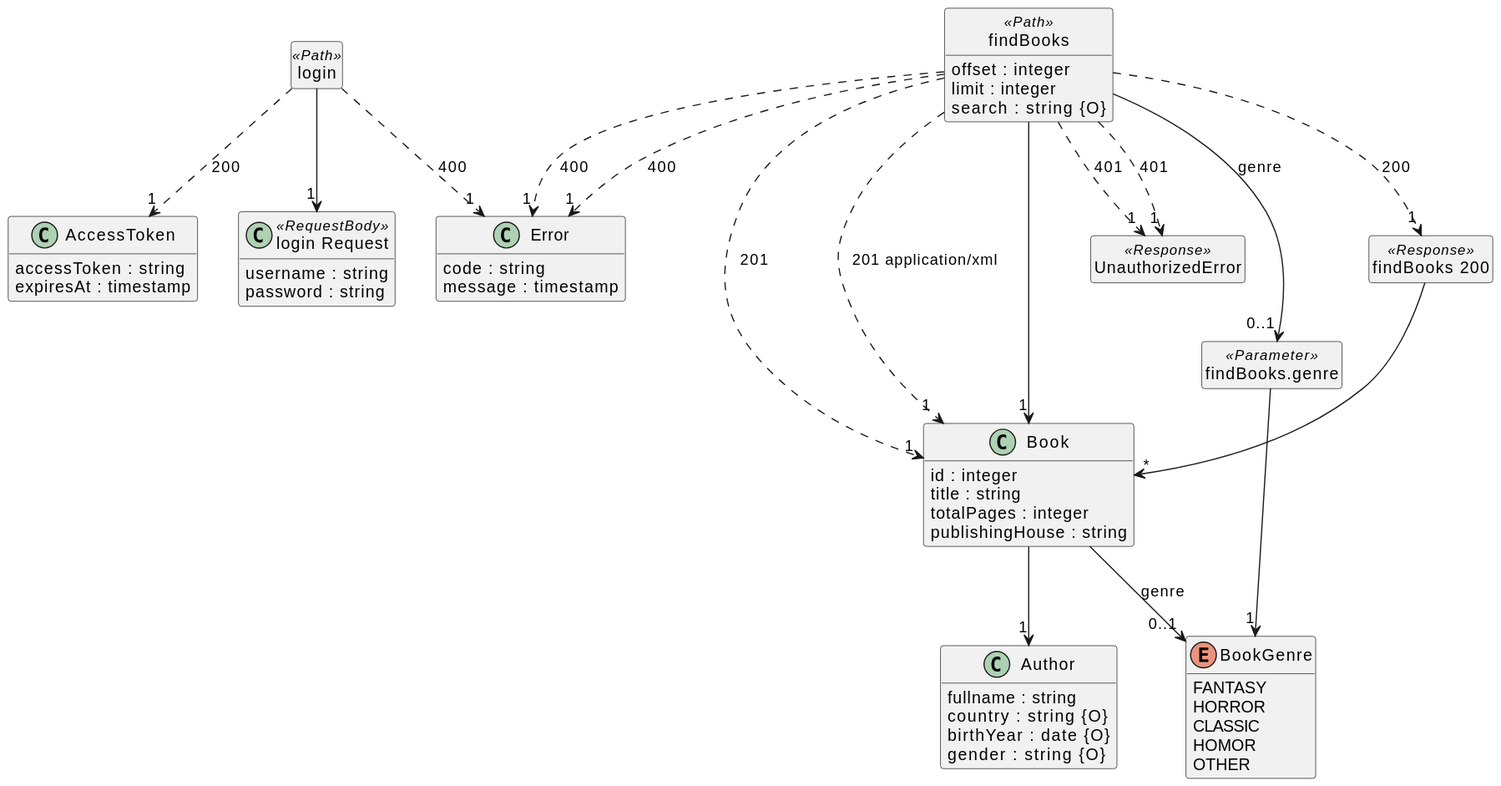
This is src/docs/demos/bookstore.svg from davidmoten/openapi-to-plantuml, a PlantUML export, as it was before one commit.
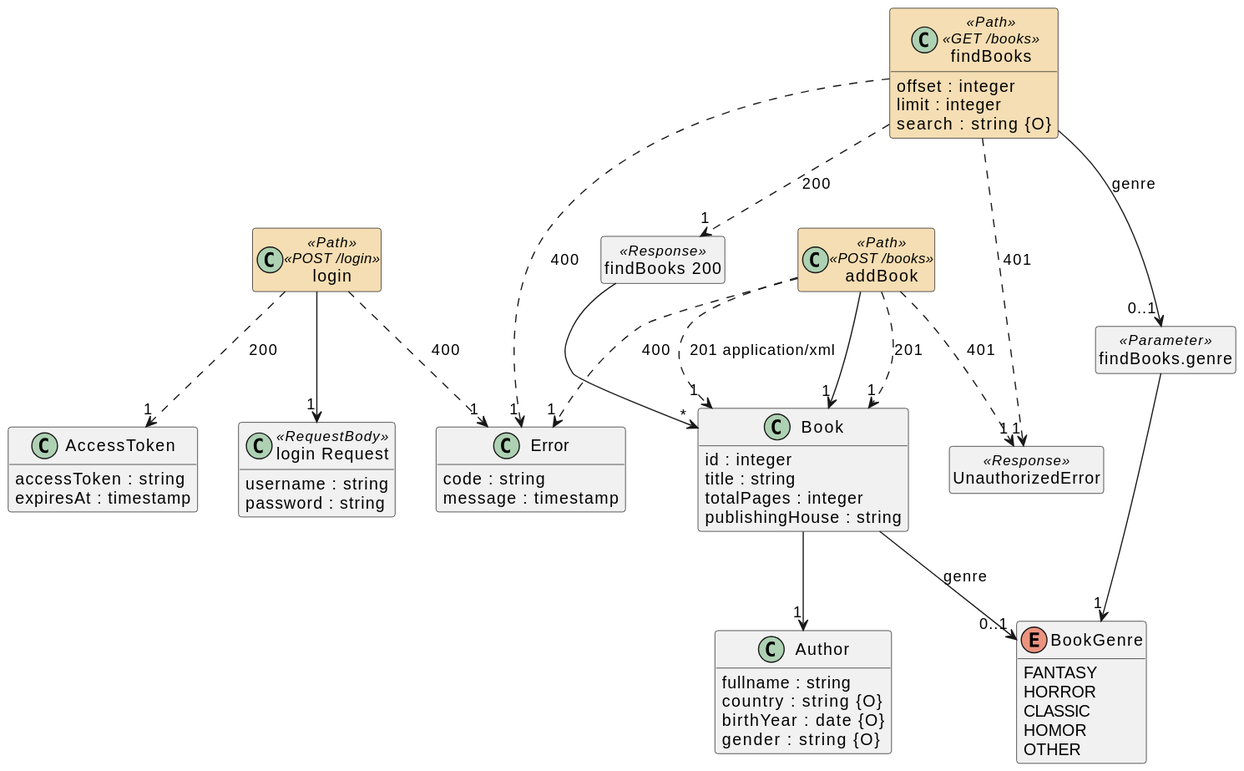
After the commit.

What changed in the source:
```diff
@@ -4,6 +4,9 @@
 hide <<Parameter>> circle
 hide empty methods
 hide empty fields
+skinparam class {
+BackgroundColor<<Path>> Wheat
+BorderColor<<Path>> Tomato}
 set namespaceSeparator none
 
 class "AccessToken" {
@@ -38,30 +41,30 @@
   {field} publishingHouse : string
 }
 
-class "UnauthorizedError" <<Response>> {
+class "UnauthorizedError" <<Response>>  {
 }
 
-class "login" <<Path>> {
+class "login" <<Path>>  <<POST /login>>  {
 }
 
-class "login Request" <<RequestBody>> {
+class "login Request" <<RequestBody>>  {
   {field} username : string
   {field} password : string
 }
 
-class "findBooks" <<Path>> {
+class "findBooks" <<Path>>  <<GET /books>>  {
   {field} offset : integer
   {field} limit : integer
   {field} search : string {O}
 }
 
-class "findBooks.genre" <<Parameter>> {
+class "findBooks.genre" <<Parameter>>  {
 }
 
-class "findBooks 200" <<Response>> {
+class "findBooks 200" <<Response>>  {
 }
 
-class "findBooks" <<Path>> {
+class "addBook" <<Path>>  <<POST /books>>  {
 }
 
 "Book" --> "0..1" "BookGenre"  :  "genre"
@@ -86,13 +89,13 @@
 
 "findBooks" ..> "1" "Error"  :  "400"
 
-"findBooks" ..> "1" "Book"  :  "201"
+"addBook" ..> "1" "Book"  :  "201"
 
-"findBooks" ..> "1" "Book"  :  "201 application/xml"
+"addBook" ..> "1" "Book"  :  "201 application/xml"
 
-"findBooks" ..> "1" "Error"  :  "400"
+"addBook" ..> "1" "Error"  :  "400"
 
-"findBooks" ..> "1" "UnauthorizedError"  :  "401"
+"addBook" ..> "1" "UnauthorizedError"  :  "401"
 
-"findBooks" --> "1" "Book"
+"addBook" --> "1" "Book"
 @enduml
```
